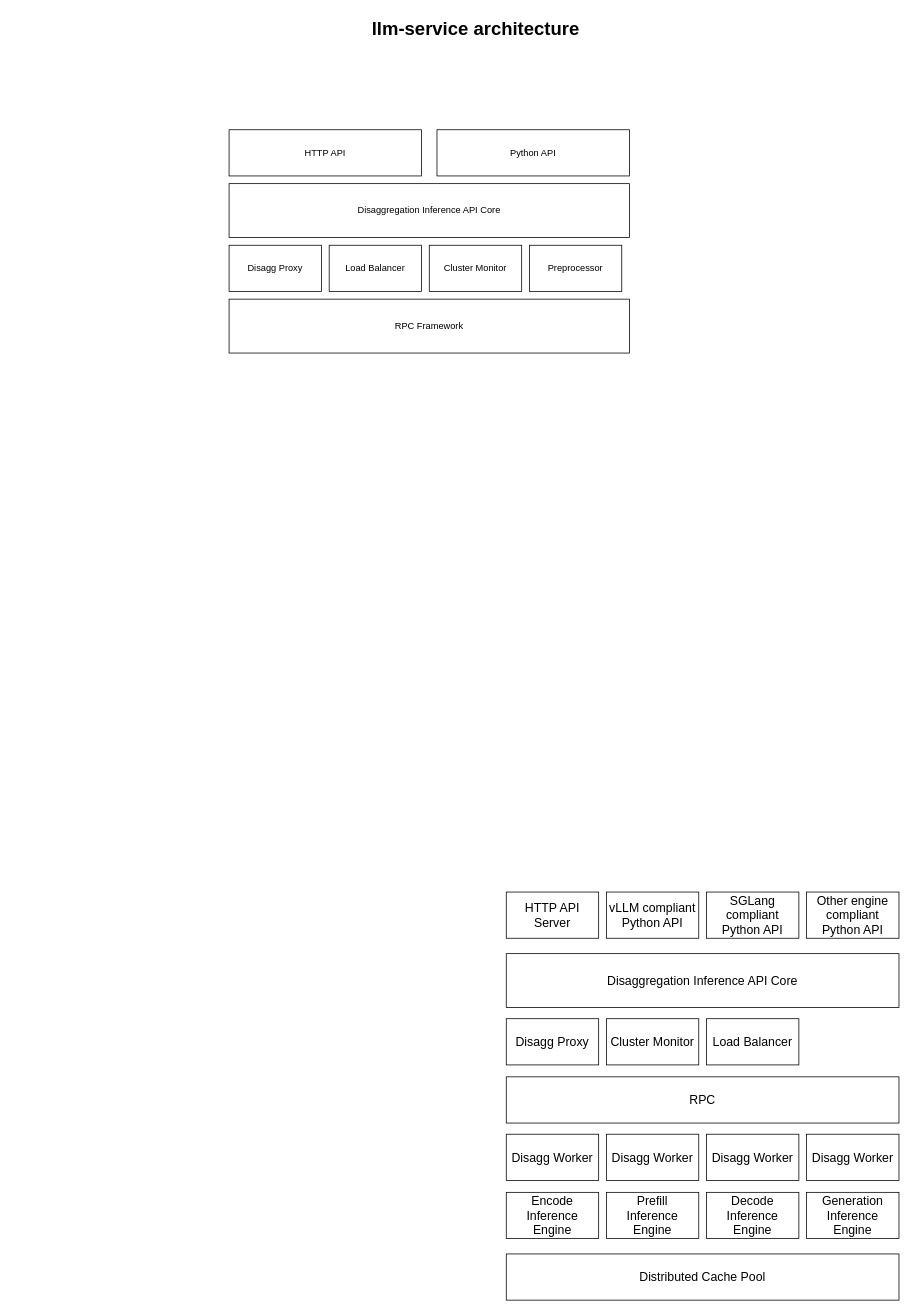
This is llm_service_arch.drawio from wuhang2014/design_docs, a draw.io file, before an edit. Source tidied: cells renumbered, new cells numbered last; positions are measured from the earlier drawing's top-left corner, leaving out a move shared by most shapes. Both pictures are drawn from the tidied source at 77%, with x=0, y=0 at pixel (229, 13).
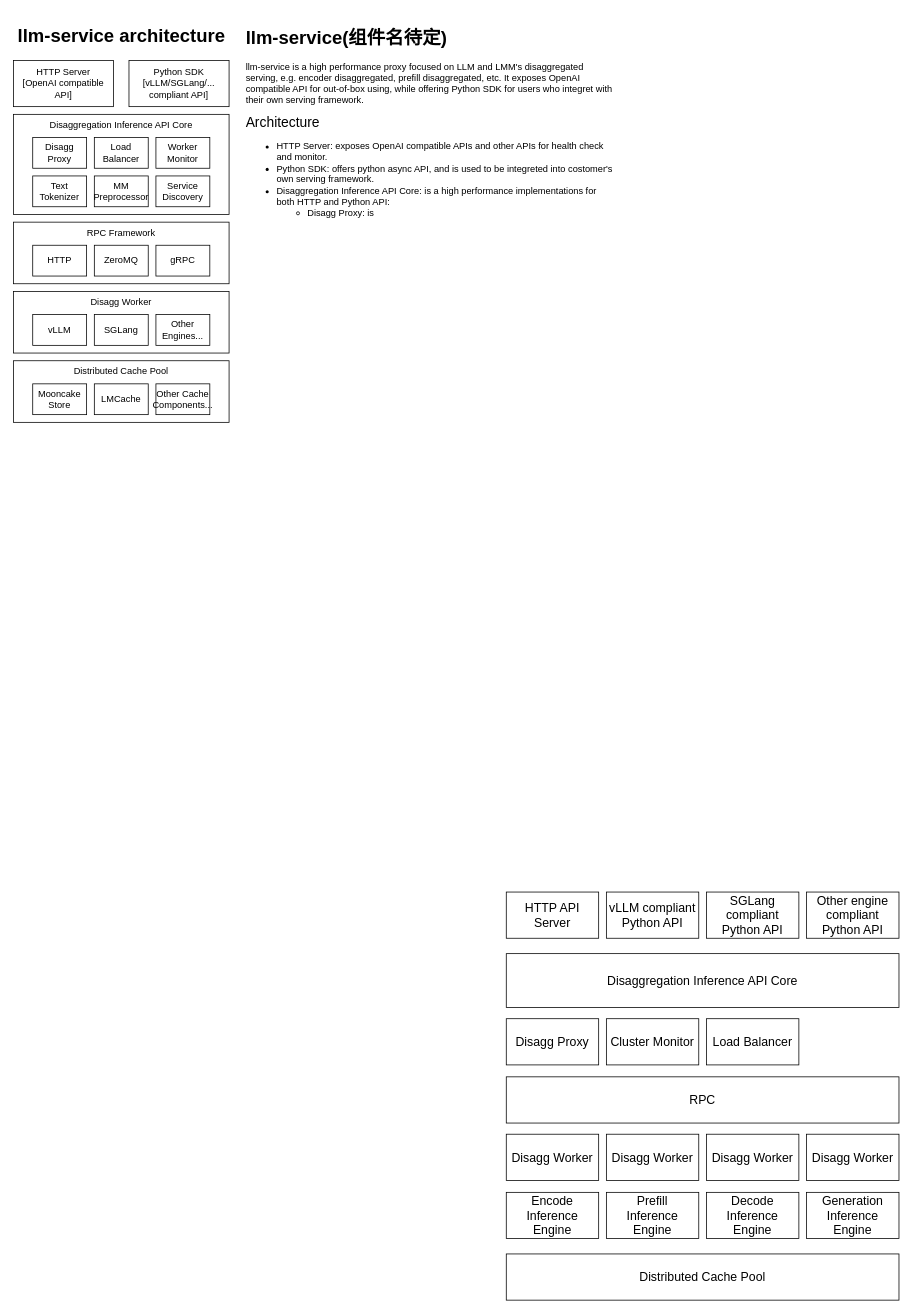
The same diagram, later.

Diff of the diagram source:
```diff
@@
-    <mxCell id="2" value="HTTP API" style="rounded=0;whiteSpace=wrap;html=1;" parent="1" vertex="1">
-      <mxGeometry y="151" width="250" height="60" as="geometry" />
+    <mxCell id="2" value="HTTP Server&lt;div&gt;[OpenAI compatible API]&lt;/div&gt;" style="rounded=0;whiteSpace=wrap;html=1;" parent="1" vertex="1">
+      <mxGeometry x="-280" y="61" width="130" height="60" as="geometry" />
     </mxCell>
-    <mxCell id="3" value="Python API" style="rounded=0;whiteSpace=wrap;html=1;" parent="1" vertex="1">
-      <mxGeometry x="270" y="151" width="250" height="60" as="geometry" />
+    <mxCell id="3" value="Python SDK&lt;div&gt;[vLLM/SGLang/... compliant API]&lt;/div&gt;" style="rounded=0;whiteSpace=wrap;html=1;" parent="1" vertex="1">
+      <mxGeometry x="-130" y="61" width="130" height="60" as="geometry" />
     </mxCell>
     <mxCell id="4" value="llm-service architecture" style="text;strokeColor=none;fillColor=none;html=1;fontSize=24;fontStyle=1;verticalAlign=middle;align=center;" parent="1" vertex="1">
-      <mxGeometry x="270" width="100" height="40" as="geometry" />
+      <mxGeometry x="-280" y="10" width="280" height="40" as="geometry" />
     </mxCell>
-    <mxCell id="5" value="Disaggregation Inference API Core" style="rounded=0;whiteSpace=wrap;html=1;fontSize=12;" parent="1" vertex="1">
-      <mxGeometry y="221" width="520" height="70" as="geometry" />
+    <mxCell id="5" value="Disaggregation Inference API Core" style="rounded=0;whiteSpace=wrap;html=1;fontSize=12;verticalAlign=top;" parent="1" vertex="1">
+      <mxGeometry x="-280" y="131" width="280" height="130" as="geometry" />
     </mxCell>
@@
     <mxCell id="24" value="Disagg Proxy" style="rounded=0;whiteSpace=wrap;html=1;" parent="1" vertex="1">
-      <mxGeometry y="301" width="120" height="60" as="geometry" />
+      <mxGeometry x="-255" y="161" width="70" height="40" as="geometry" />
     </mxCell>
     <mxCell id="25" value="Load Balancer" style="rounded=0;whiteSpace=wrap;html=1;" parent="1" vertex="1">
-      <mxGeometry x="130" y="301" width="120" height="60" as="geometry" />
+      <mxGeometry x="-175" y="161" width="70" height="40" as="geometry" />
     </mxCell>
-    <mxCell id="26" value="Cluster Monitor" style="rounded=0;whiteSpace=wrap;html=1;" parent="1" vertex="1">
-      <mxGeometry x="260" y="301" width="120" height="60" as="geometry" />
+    <mxCell id="26" value="Worker Monitor" style="rounded=0;whiteSpace=wrap;html=1;" parent="1" vertex="1">
+      <mxGeometry x="-95" y="161" width="70" height="40" as="geometry" />
     </mxCell>
-    <mxCell id="27" value="Preprocessor" style="rounded=0;whiteSpace=wrap;html=1;" parent="1" vertex="1">
-      <mxGeometry x="390" y="301" width="120" height="60" as="geometry" />
+    <mxCell id="27" value="Text Tokenizer" style="rounded=0;whiteSpace=wrap;html=1;" parent="1" vertex="1">
+      <mxGeometry x="-255" y="211" width="70" height="40" as="geometry" />
     </mxCell>
-    <mxCell id="28" value="RPC Framework" style="rounded=0;whiteSpace=wrap;html=1;fontSize=12;" parent="1" vertex="1">
-      <mxGeometry y="371" width="520" height="70" as="geometry" />
+    <mxCell id="28" value="RPC Framework" style="rounded=0;whiteSpace=wrap;html=1;fontSize=12;verticalAlign=top;" parent="1" vertex="1">
+      <mxGeometry x="-280" y="271" width="280" height="80" as="geometry" />
     </mxCell>
+    <mxCell id="29" value="MM Preprocessor" style="rounded=0;whiteSpace=wrap;html=1;" parent="1" vertex="1">
+      <mxGeometry x="-175" y="211" width="70" height="40" as="geometry" />
+    </mxCell>
+    <mxCell id="30" value="HTTP" style="rounded=0;whiteSpace=wrap;html=1;" parent="1" vertex="1">
+      <mxGeometry x="-255" y="301" width="70" height="40" as="geometry" />
+    </mxCell>
+    <mxCell id="31" value="ZeroMQ" style="rounded=0;whiteSpace=wrap;html=1;" parent="1" vertex="1">
+      <mxGeometry x="-175" y="301" width="70" height="40" as="geometry" />
+    </mxCell>
+    <mxCell id="32" value="gRPC" style="rounded=0;whiteSpace=wrap;html=1;" parent="1" vertex="1">
+      <mxGeometry x="-95" y="301" width="70" height="40" as="geometry" />
+    </mxCell>
+    <mxCell id="33" value="Disagg Worker" style="rounded=0;whiteSpace=wrap;html=1;fontSize=12;verticalAlign=top;" parent="1" vertex="1">
+      <mxGeometry x="-280" y="361" width="280" height="80" as="geometry" />
+    </mxCell>
+    <mxCell id="34" value="vLLM" style="rounded=0;whiteSpace=wrap;html=1;" parent="1" vertex="1">
+      <mxGeometry x="-255" y="391" width="70" height="40" as="geometry" />
+    </mxCell>
+    <mxCell id="35" value="SGLang" style="rounded=0;whiteSpace=wrap;html=1;" parent="1" vertex="1">
+      <mxGeometry x="-175" y="391" width="70" height="40" as="geometry" />
+    </mxCell>
+    <mxCell id="36" value="Other Engines..." style="rounded=0;whiteSpace=wrap;html=1;" parent="1" vertex="1">
+      <mxGeometry x="-95" y="391" width="70" height="40" as="geometry" />
+    </mxCell>
+    <mxCell id="37" value="Distributed Cache Pool" style="rounded=0;whiteSpace=wrap;html=1;fontSize=12;verticalAlign=top;" parent="1" vertex="1">
+      <mxGeometry x="-280" y="451" width="280" height="80" as="geometry" />
+    </mxCell>
+    <mxCell id="38" value="Mooncake Store" style="rounded=0;whiteSpace=wrap;html=1;" parent="1" vertex="1">
+      <mxGeometry x="-255" y="481" width="70" height="40" as="geometry" />
+    </mxCell>
+    <mxCell id="39" value="LMCache" style="rounded=0;whiteSpace=wrap;html=1;" parent="1" vertex="1">
+      <mxGeometry x="-175" y="481" width="70" height="40" as="geometry" />
+    </mxCell>
+    <mxCell id="40" value="Other Cache Components..." style="rounded=0;whiteSpace=wrap;html=1;" parent="1" vertex="1">
+      <mxGeometry x="-95" y="481" width="70" height="40" as="geometry" />
+    </mxCell>
+    <mxCell id="41" value="Service Discovery" style="rounded=0;whiteSpace=wrap;html=1;" parent="1" vertex="1">
+      <mxGeometry x="-95" y="211" width="70" height="40" as="geometry" />
+    </mxCell>
+    <mxCell id="42" value="&lt;h1 style=&quot;margin-top: 0px;&quot;&gt;llm-service(组件名待定)&lt;/h1&gt;&lt;p&gt;llm-service is a high performance proxy focused on LLM and LMM's disaggregated serving, e.g. encoder disaggregated, prefill disaggregated, etc. It exposes OpenAI compatible API for out-of-box using, while offering Python SDK for users who integret with their own serving framework.&lt;/p&gt;&lt;p&gt;&lt;font style=&quot;font-size: 18px;&quot;&gt;Architecture&lt;/font&gt;&lt;/p&gt;&lt;p&gt;&lt;/p&gt;&lt;ul&gt;&lt;li&gt;HTTP Server: exposes OpenAI compatible APIs and other APIs for health check and monitor.&lt;/li&gt;&lt;li&gt;Python SDK: offers python async API, and is used to be integreted into costomer's own serving framework.&lt;/li&gt;&lt;li&gt;Disaggregation Inference API Core: is a high performance implementations for both HTTP and Python API:&lt;/li&gt;&lt;ul&gt;&lt;li&gt;Disagg Proxy: is&amp;nbsp;&lt;/li&gt;&lt;/ul&gt;&lt;/ul&gt;&lt;p&gt;&lt;/p&gt;" style="text;html=1;whiteSpace=wrap;overflow=hidden;rounded=0;" parent="1" vertex="1">
+      <mxGeometry x="20" y="11" width="480" height="550" as="geometry" />
+    </mxCell>
```
